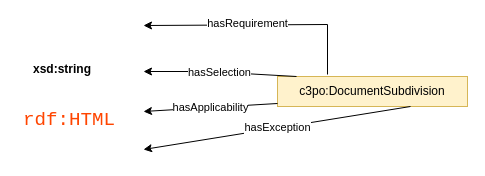
Before: page "RASE" (6 of 9) of aec3po.drawio in Accord-Project/aec3po, a draw.io diagram. Source tidied: cells renumbered, new cells numbered last; positions are measured from the earlier drawing's top-left corner, leaving out a move shared by most shapes. Both pictures are drawn from the tidied source at 100%, with x=0, y=0 at pixel (17, 24).
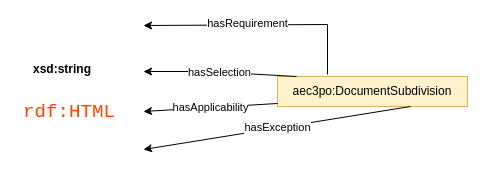
After the change.

Change to the diagram source:
```diff
@@
 <mxGraphModel>
   <root>
     <mxCell id="0" />
     <mxCell id="1" parent="0" />
     <mxCell id="2" value="xsd:string" style="text;strokeColor=none;fillColor=none;align=left;verticalAlign=middle;spacingLeft=4;spacingRight=4;overflow=hidden;whiteSpace=wrap;html=1;fontStyle=1;" parent="1" vertex="1">
       <mxGeometry x="10" y="30" width="80" height="30" as="geometry" />
     </mxCell>
-    <mxCell id="3" value="c3po:DocumentSubdivision" style="rounded=0;whiteSpace=wrap;html=1;snapToPoint=1;points=[[0.1,0],[0.2,0],[0.3,0],[0.4,0],[0.5,0],[0.6,0],[0.7,0],[0.8,0],[0.9,0],[0,0.1],[0,0.3],[0,0.5],[0,0.7],[0,0.9],[0.1,1],[0.2,1],[0.3,1],[0.4,1],[0.5,1],[0.6,1],[0.7,1],[0.8,1],[0.9,1],[1,0.1],[1,0.3],[1,0.5],[1,0.7],[1,0.9]];fillColor=#fff2cc;strokeColor=#d6b656;" parent="1" vertex="1">
+    <mxCell id="3" value="aec3po:DocumentSubdivision" style="rounded=0;whiteSpace=wrap;html=1;snapToPoint=1;points=[[0.1,0],[0.2,0],[0.3,0],[0.4,0],[0.5,0],[0.6,0],[0.7,0],[0.8,0],[0.9,0],[0,0.1],[0,0.3],[0,0.5],[0,0.7],[0,0.9],[0.1,1],[0.2,1],[0.3,1],[0.4,1],[0.5,1],[0.6,1],[0.7,1],[0.8,1],[0.9,1],[1,0.1],[1,0.3],[1,0.5],[1,0.7],[1,0.9]];fillColor=#fff2cc;strokeColor=#d6b656;" parent="1" vertex="1">
       <mxGeometry x="260" y="52" width="190" height="30" as="geometry" />
     </mxCell>
     <mxCell id="4" style="endArrow=classic;html=1;rounded=0;entryX=1;entryY=0.3;entryDx=0;entryDy=0;" parent="1" edge="1">
       <mxGeometry x="-1" y="190" relative="1" as="geometry">
         <mxPoint x="310" y="50" as="sourcePoint" />
         <mxPoint x="126" y="1" as="targetPoint" />
         <Array as="points">
           <mxPoint x="310" />
         </Array>
         <mxPoint x="130" y="180" as="offset" />
       </mxGeometry>
     </mxCell>
     <mxCell id="5" value="hasRequirement" style="edgeLabel;html=1;align=center;verticalAlign=middle;" parent="4" vertex="1">
       <mxGeometry x="0.12" y="-2" relative="1" as="geometry">
         <mxPoint x="1" as="offset" />
       </mxGeometry>
     </mxCell>
     <mxCell id="6" value="hasSelection" style="endArrow=classic;html=1;rounded=0;entryX=1;entryY=0.5;entryDx=0;entryDy=0;exitX=0.1;exitY=0;exitDx=0;exitDy=0;" parent="1" edge="1" source="3">
       <mxGeometry relative="1" as="geometry">
         <mxPoint x="126" y="47" as="targetPoint" />
         <Array as="points">
           <mxPoint x="190" y="47" />
         </Array>
       </mxGeometry>
     </mxCell>
     <mxCell id="7" value="hasApplicability" style="endArrow=classic;html=1;rounded=0;entryX=1;entryY=0.5;entryDx=0;entryDy=0;exitX=0;exitY=0.9;exitDx=0;exitDy=0;" parent="1" edge="1" source="3">
       <mxGeometry relative="1" as="geometry">
         <mxPoint x="126" y="87" as="targetPoint" />
       </mxGeometry>
     </mxCell>
     <mxCell id="8" value="hasException" style="endArrow=classic;html=1;rounded=0;entryX=1;entryY=0.5;entryDx=0;entryDy=0;exitX=0.7;exitY=1;exitDx=0;exitDy=0;" parent="1" edge="1" source="3">
       <mxGeometry relative="1" as="geometry">
         <mxPoint x="126" y="125" as="targetPoint" />
       </mxGeometry>
     </mxCell>
     <mxCell id="9" value="&lt;h3 style=&quot;--tw-border-spacing-x: 0; --tw-border-spacing-y: 0; --tw-translate-x: 0; --tw-translate-y: 0; --tw-rotate: 0; --tw-skew-x: 0; --tw-skew-y: 0; --tw-scale-x: 1; --tw-scale-y: 1; --tw-pan-x: ; --tw-pan-y: ; --tw-pinch-zoom: ; --tw-scroll-snap-strictness: proximity; --tw-ordinal: ; --tw-slashed-zero: ; --tw-numeric-figure: ; --tw-numeric-spacing: ; --tw-numeric-fraction: ; --tw-ring-inset: ; --tw-ring-offset-width: 0px; --tw-ring-offset-color: #fff; --tw-ring-color: rgb(59 130 246 / 0.5); --tw-ring-offset-shadow: 0 0 #0000; --tw-ring-shadow: 0 0 #0000; --tw-shadow: 0 0 #0000; --tw-shadow-colored: 0 0 #0000; --tw-blur: ; --tw-brightness: ; --tw-contrast: ; --tw-grayscale: ; --tw-hue-rotate: ; --tw-invert: ; --tw-saturate: ; --tw-sepia: ; --tw-drop-shadow: ; --tw-backdrop-blur: ; --tw-backdrop-brightness: ; --tw-backdrop-contrast: ; --tw-backdrop-grayscale: ; --tw-backdrop-hue-rotate: ; --tw-backdrop-invert: ; --tw-backdrop-opacity: ; --tw-backdrop-saturate: ; --tw-backdrop-sepia: ; color: rgb(0, 90, 156); background: white; font-variant-numeric: normal; font-variant-east-asian: normal; font-variant-alternates: normal; font-kerning: auto; font-optical-sizing: auto; font-feature-settings: normal; font-variation-settings: normal; font-weight: normal; font-stretch: normal; font-size: 19.2px; line-height: normal; font-family: sans-serif;&quot; id=&quot;h3_section-html&quot; role=&quot;heading&quot; aria-level=&quot;2&quot;&gt;&lt;code style=&quot;--tw-border-spacing-x: 0; --tw-border-spacing-y: 0; --tw-translate-x: 0; --tw-translate-y: 0; --tw-rotate: 0; --tw-skew-x: 0; --tw-skew-y: 0; --tw-scale-x: 1; --tw-scale-y: 1; --tw-pan-x: ; --tw-pan-y: ; --tw-pinch-zoom: ; --tw-scroll-snap-strictness: proximity; --tw-ordinal: ; --tw-slashed-zero: ; --tw-numeric-figure: ; --tw-numeric-spacing: ; --tw-numeric-fraction: ; --tw-ring-inset: ; --tw-ring-offset-width: 0px; --tw-ring-offset-color: #fff; --tw-ring-color: rgb(59 130 246 / 0.5); --tw-ring-offset-shadow: 0 0 #0000; --tw-ring-shadow: 0 0 #0000; --tw-shadow: 0 0 #0000; --tw-shadow-colored: 0 0 #0000; --tw-blur: ; --tw-brightness: ; --tw-contrast: ; --tw-grayscale: ; --tw-hue-rotate: ; --tw-invert: ; --tw-saturate: ; --tw-sepia: ; --tw-drop-shadow: ; --tw-backdrop-blur: ; --tw-backdrop-brightness: ; --tw-backdrop-contrast: ; --tw-backdrop-grayscale: ; --tw-backdrop-hue-rotate: ; --tw-backdrop-invert: ; --tw-backdrop-opacity: ; --tw-backdrop-saturate: ; --tw-backdrop-sepia: ; color: rgb(255, 69, 0);&quot;&gt;rdf:HTML&lt;/code&gt;&lt;/h3&gt;" style="text;strokeColor=none;fillColor=none;align=left;verticalAlign=middle;spacingLeft=4;spacingRight=4;overflow=hidden;whiteSpace=wrap;html=1;" parent="1" vertex="1">
-      <mxGeometry y="60" width="150" height="70" as="geometry" />
+      <mxGeometry y="52" width="150" height="70" as="geometry" />
     </mxCell>
   </root>
 </mxGraphModel>
```
